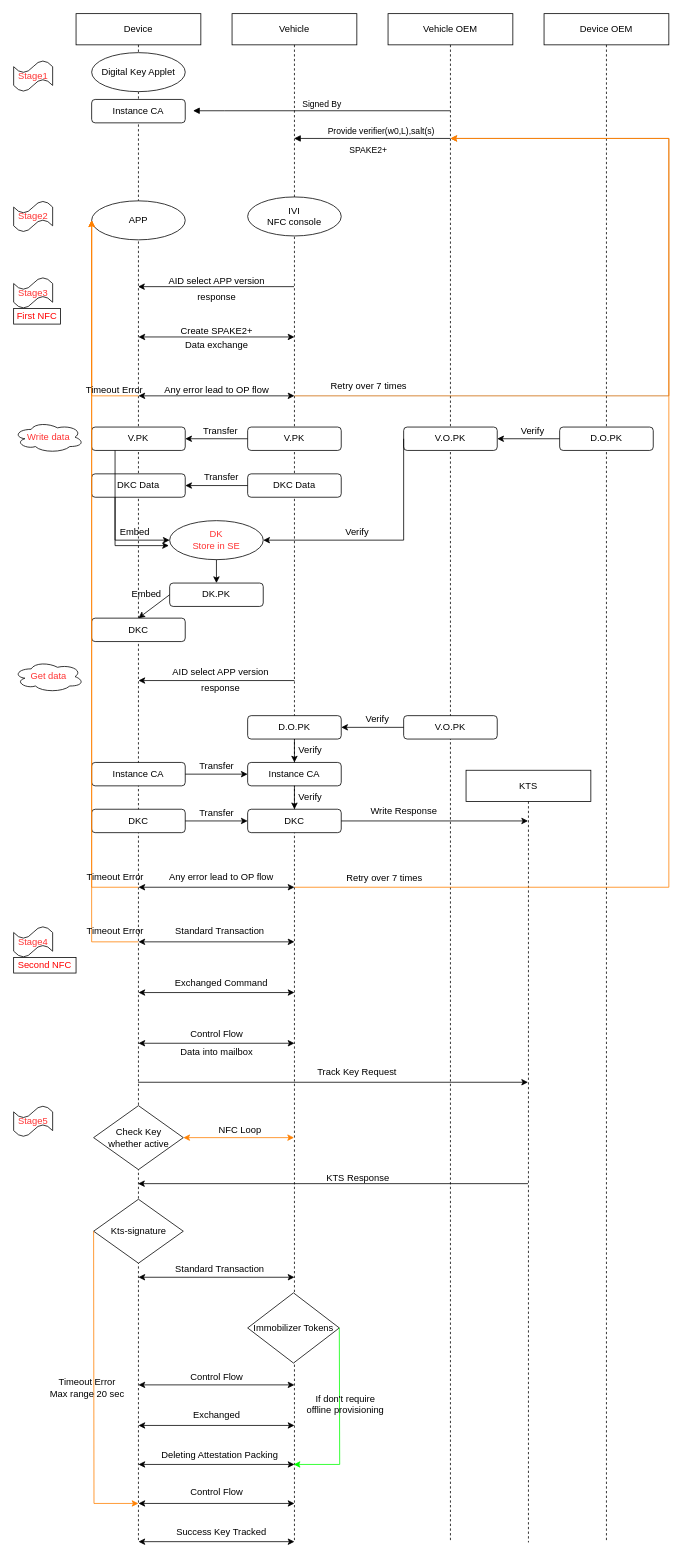
Earlier version of the draw.io diagram DKC_OwnerParing.drawio (LaurenHsu31/DKC). Source tidied: cells renumbered, new cells numbered last; positions are measured from the earlier drawing's top-left corner, leaving out a move shared by most shapes. Both pictures are drawn from the tidied source at 78%, with x=0, y=0 at pixel (13, 13).
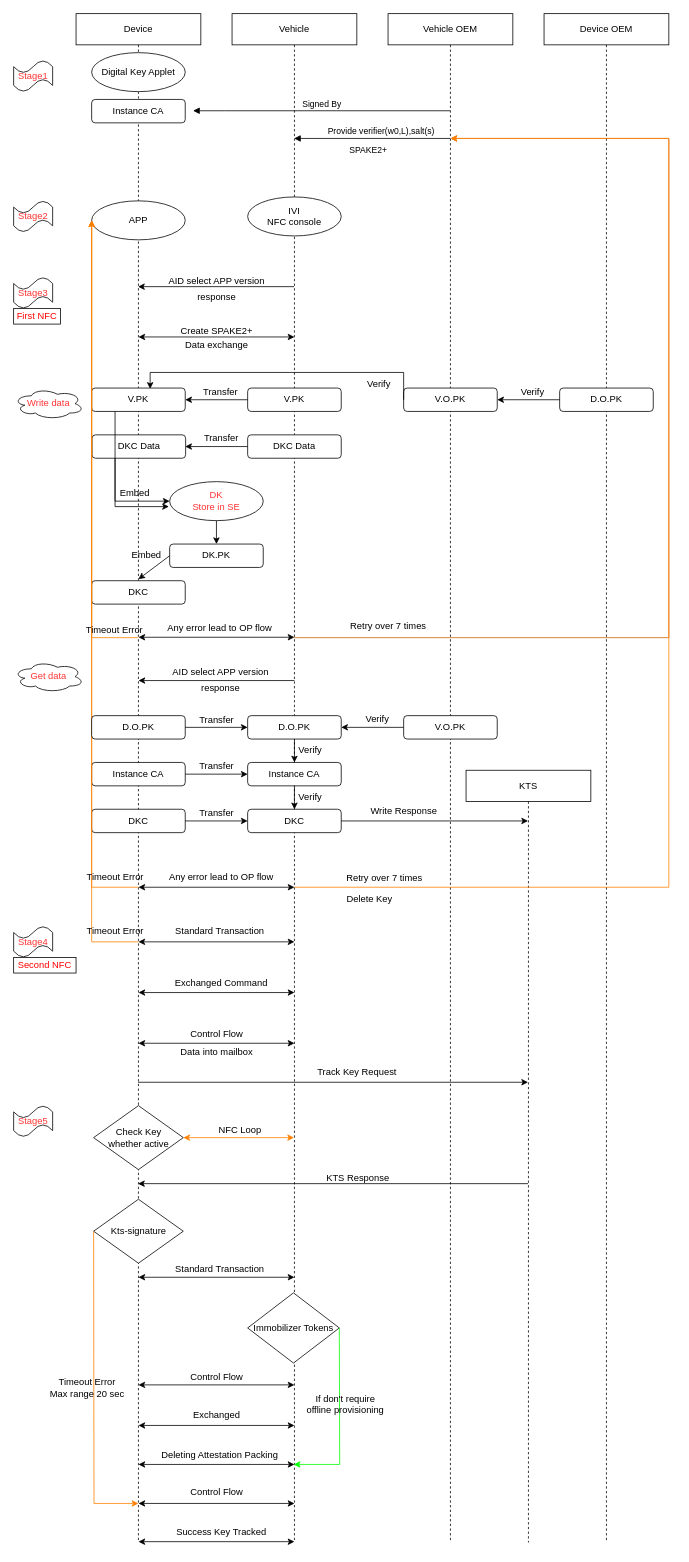
After the change.

The change refers to these unchanged cells:
```xml
<mxCell id="2" value="Device" style="shape=umlLifeline;perimeter=lifelinePerimeter;whiteSpace=wrap;html=1;outlineConnect=0;portConstraint=eastwest;newEdgeStyle={&quot;edgeStyle&quot;:&quot;elbowEdgeStyle&quot;,&quot;elbow&quot;:&quot;vertical&quot;,&quot;curved&quot;:0,&quot;rounded&quot;:0};" parent="1" vertex="1">
  <mxGeometry x="80" width="160" height="1960" as="geometry" />
</mxCell>
<mxCell id="3" value="Vehicle" style="shape=umlLifeline;perimeter=lifelinePerimeter;whiteSpace=wrap;html=1;outlineConnect=0;portConstraint=eastwest;newEdgeStyle={&quot;edgeStyle&quot;:&quot;elbowEdgeStyle&quot;,&quot;elbow&quot;:&quot;vertical&quot;,&quot;curved&quot;:0,&quot;rounded&quot;:0};" parent="1" vertex="1">
  <mxGeometry x="280" width="160" height="1960" as="geometry" />
</mxCell>
<mxCell id="17" value="APP" style="ellipse;whiteSpace=wrap;html=1;" parent="1" vertex="1">
  <mxGeometry x="100" y="240" width="120" height="50" as="geometry" />
</mxCell>
<mxCell id="63" value="D.O.PK" style="rounded=1;whiteSpace=wrap;html=1;" parent="1" vertex="1">
  <mxGeometry x="300" y="900" width="120" height="30" as="geometry" />
</mxCell>
```

What changed in the source:
```diff
@@
     <mxCell id="24" style="endArrow=classic;startArrow=classic;html=1;rounded=0;" parent="1" edge="1">
       <mxGeometry relative="1" as="geometry">
-        <mxPoint x="160" y="490" as="sourcePoint" />
-        <mxPoint x="360" y="490" as="targetPoint" />
+        <mxPoint x="160" y="799.5" as="sourcePoint" />
+        <mxPoint x="360" y="799.5" as="targetPoint" />
       </mxGeometry>
     </mxCell>
     <mxCell id="25" value="Any error lead to OP flow" style="text;html=1;align=center;verticalAlign=middle;strokeColor=none;fillColor=none;" parent="1" vertex="1">
-      <mxGeometry x="180" y="468" width="160" height="30" as="geometry" />
+      <mxGeometry x="184" y="773" width="160" height="30" as="geometry" />
     </mxCell>
     <mxCell id="26" value="D.O.PK" style="rounded=1;whiteSpace=wrap;html=1;" parent="1" vertex="1">
-      <mxGeometry x="700" y="530" width="120" height="30" as="geometry" />
+      <mxGeometry x="700" y="480" width="120" height="30" as="geometry" />
     </mxCell>
     <mxCell id="27" value="V.O.PK" style="rounded=1;whiteSpace=wrap;html=1;" parent="1" vertex="1">
-      <mxGeometry x="500" y="530" width="120" height="30" as="geometry" />
+      <mxGeometry x="500" y="480" width="120" height="30" as="geometry" />
     </mxCell>
-    <mxCell id="28" style="endArrow=classic;html=1;rounded=0;exitX=0;exitY=0.5;exitDx=0;exitDy=0;entryX=1;entryY=0.5;entryDx=0;entryDy=0;" parent="1" edge="1" source="26" target="27">
-      <mxGeometry relative="1" as="geometry" />
+    <mxCell id="28" style="endArrow=classic;html=1;rounded=0;exitX=0;exitY=0.5;exitDx=0;exitDy=0;entryX=1;entryY=0.5;entryDx=0;entryDy=0;" parent="1" edge="1" target="27">
+      <mxGeometry relative="1" as="geometry">
+        <mxPoint x="700" y="495" as="sourcePoint" />
+      </mxGeometry>
     </mxCell>
     <mxCell id="29" value="Verify" style="text;html=1;align=center;verticalAlign=middle;strokeColor=none;fillColor=none;" parent="1" vertex="1">
-      <mxGeometry x="640" y="520" width="50" height="30" as="geometry" />
+      <mxGeometry x="640" y="470" width="50" height="30" as="geometry" />
     </mxCell>
     <mxCell id="30" value="&lt;font style=&quot;color: rgb(255, 51, 51);&quot;&gt;Write data&lt;/font&gt;" style="ellipse;shape=cloud;whiteSpace=wrap;html=1;" parent="1" vertex="1">
-      <mxGeometry y="523" width="90" height="40" as="geometry" />
+      <mxGeometry y="480" width="90" height="40" as="geometry" />
     </mxCell>
     <mxCell id="31" value="V.PK" style="rounded=1;whiteSpace=wrap;html=1;" parent="1" vertex="1">
-      <mxGeometry x="300" y="530" width="120" height="30" as="geometry" />
+      <mxGeometry x="300" y="480" width="120" height="30" as="geometry" />
     </mxCell>
     <mxCell id="32" value="V.PK" style="rounded=1;whiteSpace=wrap;html=1;" parent="1" vertex="1">
-      <mxGeometry x="100" y="530" width="120" height="30" as="geometry" />
+      <mxGeometry x="100" y="480" width="120" height="30" as="geometry" />
     </mxCell>
-    <mxCell id="33" style="endArrow=classic;html=1;rounded=0;exitX=0;exitY=0.5;exitDx=0;exitDy=0;entryX=1;entryY=0.5;entryDx=0;entryDy=0;" parent="1" edge="1" source="31" target="32">
-      <mxGeometry relative="1" as="geometry" />
+    <mxCell id="33" style="endArrow=classic;html=1;rounded=0;exitX=0;exitY=0.5;exitDx=0;exitDy=0;entryX=1;entryY=0.5;entryDx=0;entryDy=0;" parent="1" edge="1" source="31">
+      <mxGeometry relative="1" as="geometry">
+        <mxPoint x="220" y="495" as="targetPoint" />
+      </mxGeometry>
     </mxCell>
     <mxCell id="34" value="Transfer" style="text;html=1;align=center;verticalAlign=middle;strokeColor=none;fillColor=none;" parent="1" vertex="1">
-      <mxGeometry x="230" y="520" width="70" height="30" as="geometry" />
+      <mxGeometry x="230" y="470" width="70" height="30" as="geometry" />
     </mxCell>
     <mxCell id="35" value="DKC Data" style="rounded=1;whiteSpace=wrap;html=1;" parent="1" vertex="1">
-      <mxGeometry x="300" y="590" width="120" height="30" as="geometry" />
+      <mxGeometry x="300" y="540" width="120" height="30" as="geometry" />
     </mxCell>
     <mxCell id="36" value="DKC Data" style="rounded=1;whiteSpace=wrap;html=1;" parent="1" vertex="1">
-      <mxGeometry x="100" y="590" width="120" height="30" as="geometry" />
+      <mxGeometry x="100.5" y="540" width="120" height="30" as="geometry" />
     </mxCell>
-    <mxCell id="37" style="endArrow=classic;html=1;rounded=0;exitX=0;exitY=0.5;exitDx=0;exitDy=0;entryX=1;entryY=0.5;entryDx=0;entryDy=0;" parent="1" edge="1" source="35" target="36">
-      <mxGeometry relative="1" as="geometry" />
+    <mxCell id="37" style="endArrow=classic;html=1;rounded=0;exitX=0;exitY=0.5;exitDx=0;exitDy=0;entryX=1;entryY=0.5;entryDx=0;entryDy=0;" parent="1" edge="1" source="35">
+      <mxGeometry relative="1" as="geometry">
+        <mxPoint x="220" y="555" as="targetPoint" />
+      </mxGeometry>
     </mxCell>
     <mxCell id="38" value="Transfer" style="text;html=1;align=center;verticalAlign=middle;strokeColor=none;fillColor=none;" parent="1" vertex="1">
-      <mxGeometry x="231" y="580" width="70" height="30" as="geometry" />
+      <mxGeometry x="231" y="530" width="70" height="30" as="geometry" />
     </mxCell>
     <mxCell id="39" value="&lt;font style=&quot;color: rgb(255, 51, 51);&quot;&gt;DK&lt;/font&gt;&lt;div&gt;&lt;font color=&quot;#ff3333&quot;&gt;Store in SE&lt;/font&gt;&lt;/div&gt;" style="ellipse;whiteSpace=wrap;html=1;" parent="1" vertex="1">
-      <mxGeometry x="200" y="650" width="120" height="50" as="geometry" />
+      <mxGeometry x="200" y="600" width="120" height="50" as="geometry" />
     </mxCell>
-    <mxCell id="40" style="endArrow=classic;html=1;rounded=0;entryX=1;entryY=0.5;entryDx=0;entryDy=0;exitX=0;exitY=0.5;exitDx=0;exitDy=0;" parent="1" edge="1" source="27" target="39">
+    <mxCell id="40" style="endArrow=classic;html=1;rounded=0;entryX=0.625;entryY=0.033;entryDx=0;entryDy=0;exitX=0;exitY=0.5;exitDx=0;exitDy=0;entryPerimeter=0;" parent="1" edge="1" source="27">
       <mxGeometry relative="1" as="geometry">
+        <mxPoint x="175" y="481" as="targetPoint" />
         <Array as="points">
-          <mxPoint x="500" y="675" />
+          <mxPoint x="500" y="460" />
+          <mxPoint x="175" y="460" />
         </Array>
       </mxGeometry>
     </mxCell>
     <mxCell id="41" value="Verify" style="text;html=1;align=center;verticalAlign=middle;strokeColor=none;fillColor=none;" parent="1" vertex="1">
-      <mxGeometry x="415" y="650" width="50" height="30" as="geometry" />
+      <mxGeometry x="443" y="460" width="50" height="30" as="geometry" />
     </mxCell>
-    <mxCell id="42" style="endArrow=classic;html=1;rounded=0;exitX=0.25;exitY=1;exitDx=0;exitDy=0;entryX=0;entryY=0.5;entryDx=0;entryDy=0;" parent="1" edge="1" source="32" target="39">
+    <mxCell id="42" style="endArrow=classic;html=1;rounded=0;exitX=0.25;exitY=1;exitDx=0;exitDy=0;entryX=0;entryY=0.5;entryDx=0;entryDy=0;" parent="1" edge="1" target="39">
       <mxGeometry relative="1" as="geometry">
+        <mxPoint x="130" y="510" as="sourcePoint" />
         <Array as="points">
-          <mxPoint x="130" y="675" />
+          <mxPoint x="130" y="625" />
         </Array>
       </mxGeometry>
     </mxCell>
-    <mxCell id="43" style="endArrow=classic;html=1;rounded=0;exitX=0.25;exitY=1;exitDx=0;exitDy=0;entryX=-0.008;entryY=0.64;entryDx=0;entryDy=0;entryPerimeter=0;" parent="1" edge="1" source="36" target="39">
+    <mxCell id="43" style="endArrow=classic;html=1;rounded=0;exitX=0.25;exitY=1;exitDx=0;exitDy=0;entryX=-0.008;entryY=0.64;entryDx=0;entryDy=0;entryPerimeter=0;" parent="1" edge="1" target="39">
       <mxGeometry relative="1" as="geometry">
+        <mxPoint x="130" y="570" as="sourcePoint" />
         <Array as="points">
-          <mxPoint x="130" y="682" />
+          <mxPoint x="130" y="632" />
         </Array>
       </mxGeometry>
     </mxCell>
     <mxCell id="44" value="Embed" style="text;html=1;align=center;verticalAlign=middle;strokeColor=none;fillColor=none;" parent="1" vertex="1">
-      <mxGeometry x="125" y="650" width="60" height="30" as="geometry" />
+      <mxGeometry x="125" y="600" width="60" height="30" as="geometry" />
     </mxCell>
     <mxCell id="45" value="DK.PK" style="rounded=1;whiteSpace=wrap;html=1;" parent="1" vertex="1">
-      <mxGeometry x="200" y="730" width="120" height="30" as="geometry" />
+      <mxGeometry x="200" y="680" width="120" height="30" as="geometry" />
     </mxCell>
     <mxCell id="46" value="DKC" style="rounded=1;whiteSpace=wrap;html=1;" parent="1" vertex="1">
-      <mxGeometry x="100" y="775" width="120" height="30" as="geometry" />
+      <mxGeometry x="100" y="727" width="120" height="30" as="geometry" />
     </mxCell>
-    <mxCell id="47" style="endArrow=classic;html=1;rounded=0;exitX=0;exitY=0.5;exitDx=0;exitDy=0;entryX=0.5;entryY=0;entryDx=0;entryDy=0;" parent="1" edge="1" source="45" target="46">
-      <mxGeometry relative="1" as="geometry" />
+    <mxCell id="47" style="endArrow=classic;html=1;rounded=0;exitX=0;exitY=0.5;exitDx=0;exitDy=0;entryX=0.5;entryY=0;entryDx=0;entryDy=0;" parent="1" edge="1" source="45">
+      <mxGeometry relative="1" as="geometry">
+        <mxPoint x="160" y="725" as="targetPoint" />
+      </mxGeometry>
     </mxCell>
     <mxCell id="48" value="Embed" style="text;html=1;align=center;verticalAlign=middle;strokeColor=none;fillColor=none;" parent="1" vertex="1">
-      <mxGeometry x="140" y="730" width="60" height="30" as="geometry" />
+      <mxGeometry x="140" y="680" width="60" height="30" as="geometry" />
     </mxCell>
@@
-    <mxCell id="105" style="endArrow=classic;html=1;rounded=0;entryX=0;entryY=0.5;entryDx=0;entryDy=0;strokeColor=#FF8000;" parent="1" edge="1" target="17">
+    <mxCell id="105" style="endArrow=classic;html=1;rounded=0;entryX=0;entryY=0.5;entryDx=0;entryDy=0;strokeColor=#FF8000;" parent="1" edge="1" source="2" target="17">
       <mxGeometry relative="1" as="geometry">
-        <mxPoint x="160" y="490" as="sourcePoint" />
         <Array as="points">
-          <mxPoint x="100" y="490" />
+          <mxPoint x="100" y="800" />
         </Array>
       </mxGeometry>
     </mxCell>
@@
     <mxCell id="108" value="Timeout Error" style="text;html=1;align=center;verticalAlign=middle;strokeColor=none;fillColor=none;" parent="1" vertex="1">
-      <mxGeometry x="79" y="468" width="100" height="30" as="geometry" />
+      <mxGeometry x="79" y="775" width="100" height="30" as="geometry" />
     </mxCell>
-    <mxCell id="109" style="endArrow=classic;html=1;rounded=0;strokeColor=#CC6600;" parent="1" edge="1">
+    <mxCell id="109" style="endArrow=classic;html=1;rounded=0;strokeColor=#CC6600;" parent="1" edge="1" source="3">
       <mxGeometry relative="1" as="geometry">
-        <mxPoint x="360" y="490" as="sourcePoint" />
         <mxPoint x="560" y="160" as="targetPoint" />
         <Array as="points">
-          <mxPoint x="840" y="490" />
+          <mxPoint x="840" y="800" />
           <mxPoint x="840" y="160" />
         </Array>
       </mxGeometry>
     </mxCell>
@@
     <mxCell id="111" value="Retry over 7 times" style="text;html=1;align=center;verticalAlign=middle;strokeColor=none;fillColor=none;" parent="1" vertex="1">
-      <mxGeometry x="395" y="463" width="120" height="30" as="geometry" />
+      <mxGeometry x="420" y="770" width="120" height="30" as="geometry" />
     </mxCell>
@@
+    <mxCell id="119" value="Delete Key" style="text;html=1;align=center;verticalAlign=middle;strokeColor=none;fillColor=none;" parent="1" vertex="1">
+      <mxGeometry x="416" y="1120" width="80" height="30" as="geometry" />
+    </mxCell>
+    <mxCell id="120" value="D.O.PK" style="rounded=1;whiteSpace=wrap;html=1;" parent="1" vertex="1">
+      <mxGeometry x="100" y="900" width="120" height="30" as="geometry" />
+    </mxCell>
+    <mxCell id="121" style="endArrow=classic;html=1;rounded=0;entryX=0;entryY=0.5;entryDx=0;entryDy=0;exitX=1;exitY=0.5;exitDx=0;exitDy=0;" parent="1" edge="1" source="120" target="63">
+      <mxGeometry relative="1" as="geometry" />
+    </mxCell>
+    <mxCell id="122" value="Transfer" style="text;html=1;align=center;verticalAlign=middle;strokeColor=none;fillColor=none;" parent="1" vertex="1">
+      <mxGeometry x="225" y="891" width="70" height="30" as="geometry" />
+    </mxCell>
```
